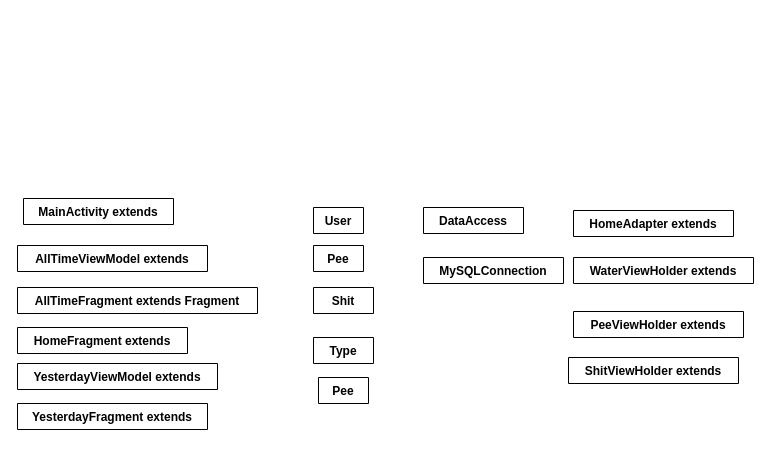
The draw.io diagram Diagramme/ClassDiagram_LifestyleTracker.drawio in olisonsturm/LifestyleTracker, before the edit. Source tidied: cells renumbered, new cells numbered last; positions are measured from the earlier drawing's top-left corner, leaving out a move shared by most shapes. Both pictures are drawn from the tidied source at 100%, with x=0, y=0 at pixel (17, 198).
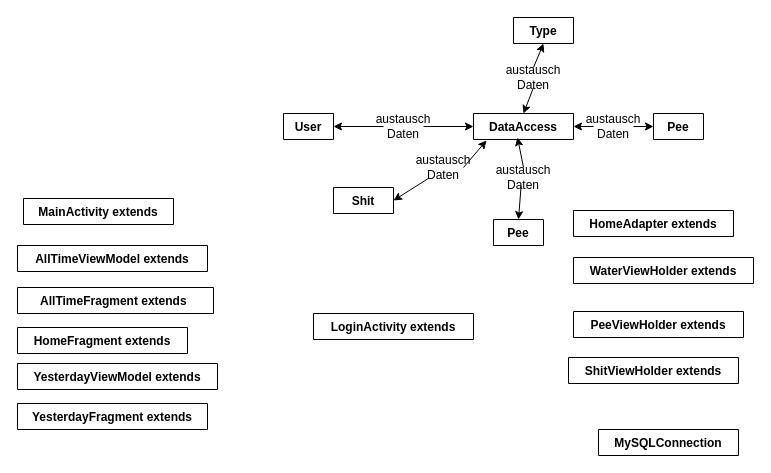
The same diagram, later.

Change to the diagram source:
```diff
@@
     <mxCell id="2" value="Pee" style="swimlane;fontStyle=1;align=center;verticalAlign=top;horizontal=1;startSize=26;" parent="1" vertex="1" collapsed="1">
-      <mxGeometry x="296" y="47" width="50" height="26" as="geometry" />
+      <mxGeometry x="476" y="21" width="50" height="26" as="geometry" />
     </mxCell>
     <mxCell id="3" value="Shit" style="swimlane;fontStyle=1;align=center;verticalAlign=top;horizontal=1;startSize=26;" parent="1" vertex="1" collapsed="1">
-      <mxGeometry x="296" y="89" width="60" height="26" as="geometry" />
+      <mxGeometry x="316" y="-11" width="60" height="26" as="geometry" />
     </mxCell>
     <mxCell id="4" value="Pee" style="swimlane;fontStyle=1;align=center;verticalAlign=top;horizontal=1;startSize=26;" parent="1" vertex="1" collapsed="1">
-      <mxGeometry x="301" y="179" width="50" height="26" as="geometry" />
+      <mxGeometry x="636" y="-85" width="50" height="26" as="geometry" />
     </mxCell>
     <mxCell id="5" value="Type" style="swimlane;fontStyle=1;align=center;verticalAlign=top;horizontal=1;startSize=26;" parent="1" vertex="1" collapsed="1">
-      <mxGeometry x="296" y="139" width="60" height="26" as="geometry" />
+      <mxGeometry x="496" y="-181" width="60" height="26" as="geometry" />
     </mxCell>
     <mxCell id="6" value="User" style="swimlane;fontStyle=1;align=center;verticalAlign=top;horizontal=1;startSize=26;" parent="1" vertex="1" collapsed="1">
-      <mxGeometry x="296" y="9" width="50" height="26" as="geometry" />
+      <mxGeometry x="266" y="-85" width="50" height="26" as="geometry" />
     </mxCell>
-    <mxCell id="7" value="DataAccess" style="swimlane;fontStyle=1;align=center;verticalAlign=top;horizontal=1;startSize=26;" parent="1" vertex="1" collapsed="1">
-      <mxGeometry x="406" y="9" width="100" height="26" as="geometry" />
-    </mxCell>
     <mxCell id="8" value="MySQLConnection" style="swimlane;fontStyle=1;align=center;verticalAlign=top;horizontal=1;startSize=26;" parent="1" vertex="1" collapsed="1">
-      <mxGeometry x="406" y="59" width="140" height="26" as="geometry" />
+      <mxGeometry x="581" y="231" width="140" height="26" as="geometry" />
     </mxCell>
@@
-    <mxCell id="14" value="AllTimeFragment extends Fragment " style="swimlane;fontStyle=1;align=center;verticalAlign=top;horizontal=1;startSize=26;" parent="1" vertex="1" collapsed="1">
-      <mxGeometry y="89" width="240" height="26" as="geometry" />
+    <mxCell id="14" value="AllTimeFragment extends " style="swimlane;fontStyle=1;align=center;verticalAlign=top;horizontal=1;startSize=26;" parent="1" vertex="1" collapsed="1">
+      <mxGeometry y="89" width="196" height="26" as="geometry" />
     </mxCell>
@@
+    <mxCell id="7" value="DataAccess" style="swimlane;fontStyle=1;align=center;verticalAlign=top;horizontal=1;startSize=26;" parent="1" vertex="1" collapsed="1">
+      <mxGeometry x="456" y="-85" width="100" height="26" as="geometry" />
+    </mxCell>
+    <mxCell id="19" style="endArrow=classic;startArrow=none;html=1;exitX=1;exitY=0.5;exitDx=0;exitDy=0;entryX=0;entryY=0.5;entryDx=0;entryDy=0;" parent="1" edge="1" source="20" target="7">
+      <mxGeometry relative="1" as="geometry" />
+    </mxCell>
+    <mxCell id="20" value="austausch Daten" style="text;html=1;strokeColor=none;fillColor=none;align=center;verticalAlign=middle;whiteSpace=wrap;rounded=0;" parent="1" vertex="1">
+      <mxGeometry x="366" y="-82" width="40" height="20" as="geometry" />
+    </mxCell>
+    <mxCell id="21" style="endArrow=none;startArrow=classic;html=1;exitX=1;exitY=0.5;exitDx=0;exitDy=0;entryX=0;entryY=0.5;entryDx=0;entryDy=0;" parent="1" edge="1" source="6" target="20">
+      <mxGeometry relative="1" as="geometry" />
+    </mxCell>
+    <mxCell id="22" style="endArrow=classic;startArrow=none;html=1;entryX=0.44;entryY=0.923;entryDx=0;entryDy=0;entryPerimeter=0;exitX=0.5;exitY=0;exitDx=0;exitDy=0;" parent="1" edge="1" source="26" target="7">
+      <mxGeometry relative="1" as="geometry" />
+    </mxCell>
+    <mxCell id="23" style="endArrow=classic;startArrow=none;html=1;exitX=0.5;exitY=0;exitDx=0;exitDy=0;entryX=0.5;entryY=1;entryDx=0;entryDy=0;" parent="1" edge="1" source="32" target="5">
+      <mxGeometry relative="1" as="geometry" />
+    </mxCell>
+    <mxCell id="24" style="endArrow=classic;startArrow=none;html=1;entryX=0;entryY=0.5;entryDx=0;entryDy=0;exitX=1;exitY=0.5;exitDx=0;exitDy=0;" parent="1" edge="1" source="30" target="4">
+      <mxGeometry relative="1" as="geometry" />
+    </mxCell>
+    <mxCell id="25" style="endArrow=classic;startArrow=none;html=1;exitX=1;exitY=0.5;exitDx=0;exitDy=0;entryX=0.13;entryY=1.038;entryDx=0;entryDy=0;entryPerimeter=0;" parent="1" edge="1" source="28" target="7">
+      <mxGeometry relative="1" as="geometry" />
+    </mxCell>
+    <mxCell id="26" value="austausch Daten" style="text;html=1;strokeColor=none;fillColor=none;align=center;verticalAlign=middle;whiteSpace=wrap;rounded=0;" parent="1" vertex="1">
+      <mxGeometry x="486" y="-31" width="40" height="20" as="geometry" />
+    </mxCell>
+    <mxCell id="27" style="endArrow=none;startArrow=classic;html=1;entryX=0.44;entryY=0.923;entryDx=0;entryDy=0;entryPerimeter=0;exitX=0.5;exitY=0;exitDx=0;exitDy=0;" parent="1" edge="1" source="2" target="26">
+      <mxGeometry relative="1" as="geometry" />
+    </mxCell>
+    <mxCell id="28" value="austausch Daten" style="text;html=1;strokeColor=none;fillColor=none;align=center;verticalAlign=middle;whiteSpace=wrap;rounded=0;" parent="1" vertex="1">
+      <mxGeometry x="406" y="-41" width="40" height="20" as="geometry" />
+    </mxCell>
+    <mxCell id="29" style="endArrow=none;startArrow=classic;html=1;exitX=1;exitY=0.5;exitDx=0;exitDy=0;entryX=0.13;entryY=1.038;entryDx=0;entryDy=0;entryPerimeter=0;" parent="1" edge="1" source="3" target="28">
+      <mxGeometry relative="1" as="geometry" />
+    </mxCell>
+    <mxCell id="30" value="austausch Daten" style="text;html=1;strokeColor=none;fillColor=none;align=center;verticalAlign=middle;whiteSpace=wrap;rounded=0;" parent="1" vertex="1">
+      <mxGeometry x="576" y="-82" width="40" height="20" as="geometry" />
+    </mxCell>
+    <mxCell id="31" style="endArrow=none;startArrow=classic;html=1;entryX=0;entryY=0.5;entryDx=0;entryDy=0;exitX=1;exitY=0.5;exitDx=0;exitDy=0;" parent="1" edge="1" source="7" target="30">
+      <mxGeometry relative="1" as="geometry" />
+    </mxCell>
+    <mxCell id="32" value="austausch Daten" style="text;html=1;strokeColor=none;fillColor=none;align=center;verticalAlign=middle;whiteSpace=wrap;rounded=0;" parent="1" vertex="1">
+      <mxGeometry x="496" y="-131" width="40" height="20" as="geometry" />
+    </mxCell>
+    <mxCell id="33" style="endArrow=none;startArrow=classic;html=1;exitX=0.5;exitY=0;exitDx=0;exitDy=0;entryX=0.5;entryY=1;entryDx=0;entryDy=0;" parent="1" edge="1" source="7" target="32">
+      <mxGeometry relative="1" as="geometry" />
+    </mxCell>
+    <mxCell id="34" value="LoginActivity extends" style="swimlane;fontStyle=1;align=center;verticalAlign=top;horizontal=1;startSize=26;" parent="1" vertex="1" collapsed="1">
+      <mxGeometry x="296" y="115" width="160" height="26" as="geometry" />
+    </mxCell>
```
